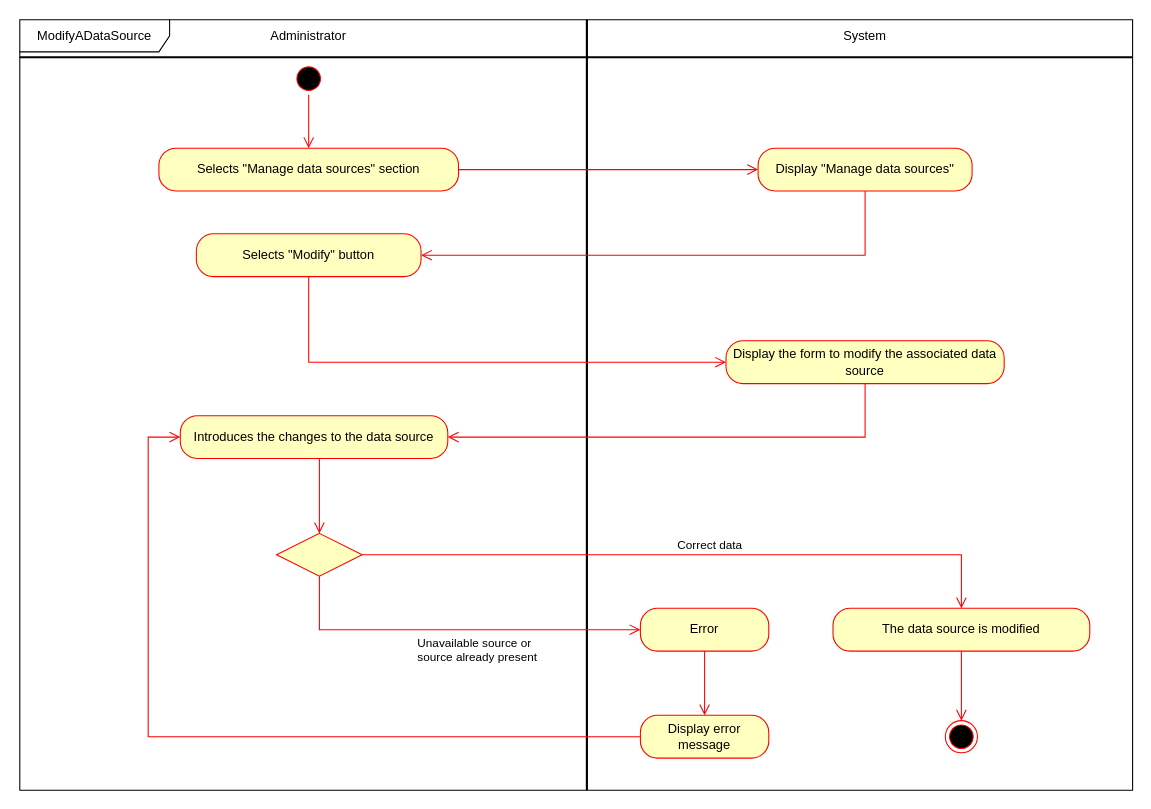
Earlier version of the draw.io diagram page "ModifyADataSource" (4 of 4) of Administrator.drawio (matteovisotto/SE2-CecchettoSirianiVisotto). Source tidied: cells renumbered, new cells numbered last; positions are measured from the earlier drawing's top-left corner, leaving out a move shared by most shapes. Both pictures are drawn from the tidied source at 107%, with x=0, y=0 at pixel (19, 19).
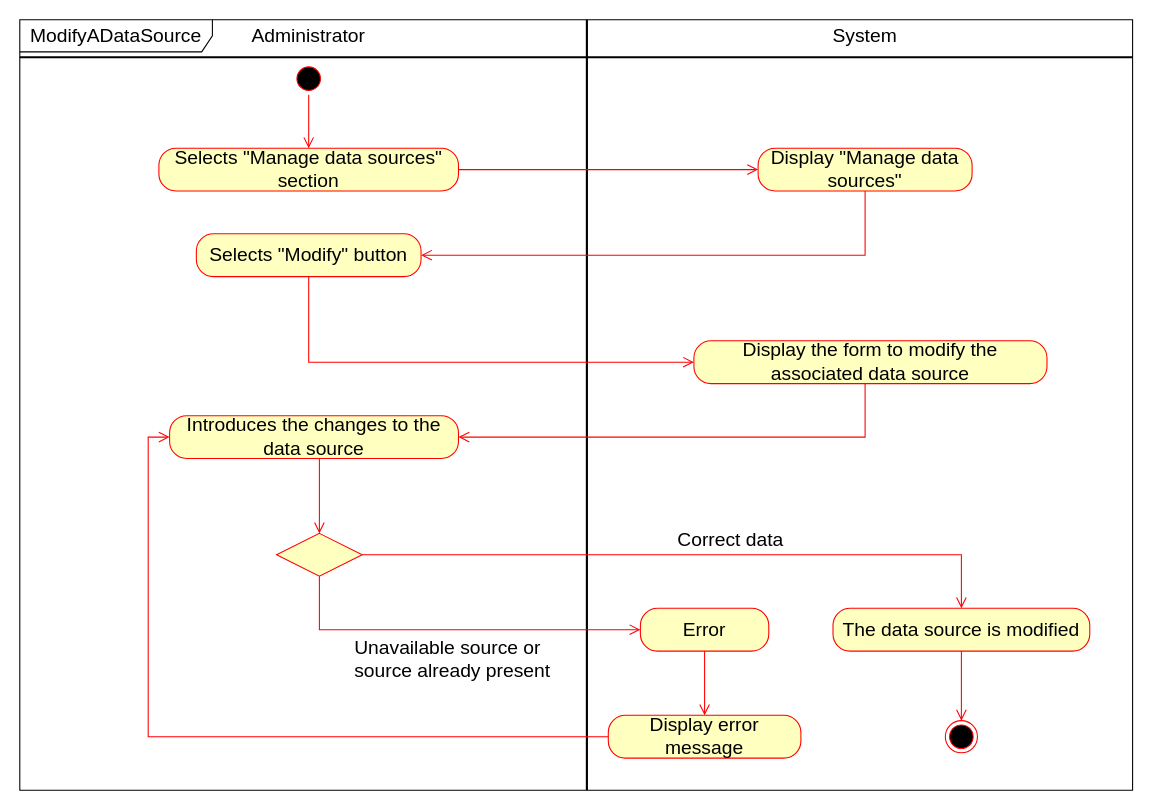
Above is the later version.

Unchanged cells that the change refers to:
```xml
<mxCell id="18" style="rhombus;whiteSpace=wrap;html=1;fillColor=#ffffc0;strokeColor=#ff0000;" parent="1" vertex="1">
  <mxGeometry x="240" y="480" width="80" height="40" as="geometry" />
</mxCell>
```

Diff of the diagram source:
```diff
@@
-    <mxCell id="2" value="ModifyADataSource" style="shape=umlFrame;whiteSpace=wrap;html=1;width=140;height=30;" parent="1" vertex="1">
+    <mxCell id="2" value="&lt;font style=&quot;font-size: 18px&quot;&gt;ModifyADataSource&lt;/font&gt;" style="shape=umlFrame;whiteSpace=wrap;html=1;width=180;height=30;" parent="1" vertex="1">
       <mxGeometry width="1040" height="720" as="geometry" />
     </mxCell>
@@
-    <mxCell id="6" value="Introduces the changes to the data source" style="rounded=1;whiteSpace=wrap;html=1;arcSize=40;fontColor=#000000;fillColor=#ffffc0;strokeColor=#ff0000;" parent="1" vertex="1">
-      <mxGeometry x="150" y="370" width="250" height="40" as="geometry" />
+    <mxCell id="6" value="&lt;font style=&quot;font-size: 18px&quot;&gt;Introduces the changes to the data source&lt;/font&gt;" style="rounded=1;whiteSpace=wrap;html=1;arcSize=40;fontColor=#000000;fillColor=#ffffc0;strokeColor=#ff0000;" parent="1" vertex="1">
+      <mxGeometry x="140" y="370" width="270" height="40" as="geometry" />
     </mxCell>
@@
-    <mxCell id="10" value="Administrator" style="text;html=1;strokeColor=none;fillColor=none;align=center;verticalAlign=middle;whiteSpace=wrap;rounded=0;" parent="1" vertex="1">
+    <mxCell id="10" value="&lt;font style=&quot;font-size: 18px&quot;&gt;Administrator&lt;/font&gt;" style="text;html=1;strokeColor=none;fillColor=none;align=center;verticalAlign=middle;whiteSpace=wrap;rounded=0;" parent="1" vertex="1">
       <mxGeometry x="215" width="110" height="30" as="geometry" />
     </mxCell>
-    <mxCell id="11" value="System" style="text;html=1;strokeColor=none;fillColor=none;align=center;verticalAlign=middle;whiteSpace=wrap;rounded=0;" parent="1" vertex="1">
+    <mxCell id="11" value="&lt;font style=&quot;font-size: 18px&quot;&gt;System&lt;/font&gt;" style="text;html=1;strokeColor=none;fillColor=none;align=center;verticalAlign=middle;whiteSpace=wrap;rounded=0;" parent="1" vertex="1">
       <mxGeometry x="760" width="60" height="30" as="geometry" />
     </mxCell>
-    <mxCell id="12" value="Selects &quot;Manage data sources&quot; section" style="rounded=1;whiteSpace=wrap;html=1;arcSize=40;fontColor=#000000;fillColor=#ffffc0;strokeColor=#ff0000;" parent="1" vertex="1">
+    <mxCell id="12" value="&lt;font style=&quot;font-size: 18px&quot;&gt;Selects &quot;Manage data sources&quot; section&lt;/font&gt;" style="rounded=1;whiteSpace=wrap;html=1;arcSize=40;fontColor=#000000;fillColor=#ffffc0;strokeColor=#ff0000;" parent="1" vertex="1">
       <mxGeometry x="130" y="120" width="280" height="40" as="geometry" />
     </mxCell>
@@
-    <mxCell id="14" value="Display &quot;Manage data sources&quot;" style="rounded=1;whiteSpace=wrap;html=1;arcSize=40;fontColor=#000000;fillColor=#ffffc0;strokeColor=#ff0000;" parent="1" vertex="1">
+    <mxCell id="14" value="&lt;font style=&quot;font-size: 18px&quot;&gt;Display &quot;Manage data sources&quot;&lt;/font&gt;" style="rounded=1;whiteSpace=wrap;html=1;arcSize=40;fontColor=#000000;fillColor=#ffffc0;strokeColor=#ff0000;" parent="1" vertex="1">
       <mxGeometry x="690" y="120" width="200" height="40" as="geometry" />
     </mxCell>
@@
-    <mxCell id="16" value="The data source is modified" style="rounded=1;whiteSpace=wrap;html=1;arcSize=40;fontColor=#000000;fillColor=#ffffc0;strokeColor=#ff0000;" parent="1" vertex="1">
+    <mxCell id="16" value="&lt;font style=&quot;font-size: 18px&quot;&gt;The data source is modified&lt;/font&gt;" style="rounded=1;whiteSpace=wrap;html=1;arcSize=40;fontColor=#000000;fillColor=#ffffc0;strokeColor=#ff0000;" parent="1" vertex="1">
       <mxGeometry x="760" y="550" width="240" height="40" as="geometry" />
     </mxCell>
@@
-    <mxCell id="19" value="Correct data" style="edgeStyle=orthogonalEdgeStyle;html=1;align=left;verticalAlign=bottom;endArrow=open;endSize=8;strokeColor=#ff0000;rounded=0;" parent="1" edge="1" source="18" target="16">
+    <mxCell id="19" value="&lt;font style=&quot;font-size: 18px&quot;&gt;Correct data&lt;/font&gt;" style="edgeStyle=orthogonalEdgeStyle;html=1;align=left;verticalAlign=bottom;endArrow=open;endSize=8;strokeColor=#ff0000;rounded=0;" parent="1" edge="1" source="18" target="16">
       <mxGeometry x="-0.04" relative="1" as="geometry" />
     </mxCell>
-    <mxCell id="20" value="Unavailable source or&lt;br&gt;source already present" style="edgeStyle=orthogonalEdgeStyle;html=1;align=left;verticalAlign=top;endArrow=open;endSize=8;strokeColor=#ff0000;rounded=0;" parent="1" edge="1" source="18" target="21">
-      <mxGeometry x="-0.2" relative="1" as="geometry">
+    <mxCell id="20" value="&lt;font style=&quot;font-size: 18px&quot;&gt;Unavailable source or&lt;br&gt;source already present&lt;/font&gt;" style="edgeStyle=orthogonalEdgeStyle;html=1;align=left;verticalAlign=top;endArrow=open;endSize=8;strokeColor=#ff0000;rounded=0;" parent="1" edge="1" source="18" target="21">
+      <mxGeometry x="-0.54" relative="1" as="geometry">
         <Array as="points">
           <mxPoint x="280" y="570" />
         </Array>
       </mxGeometry>
     </mxCell>
-    <mxCell id="21" value="Error" style="rounded=1;whiteSpace=wrap;html=1;arcSize=40;fontColor=#000000;fillColor=#ffffc0;strokeColor=#ff0000;" parent="1" vertex="1">
+    <mxCell id="21" value="&lt;font style=&quot;font-size: 18px&quot;&gt;Error&lt;/font&gt;" style="rounded=1;whiteSpace=wrap;html=1;arcSize=40;fontColor=#000000;fillColor=#ffffc0;strokeColor=#ff0000;" parent="1" vertex="1">
       <mxGeometry x="580" y="550" width="120" height="40" as="geometry" />
     </mxCell>
@@
-    <mxCell id="23" value="Display error message" style="rounded=1;whiteSpace=wrap;html=1;arcSize=40;fontColor=#000000;fillColor=#ffffc0;strokeColor=#ff0000;" parent="1" vertex="1">
-      <mxGeometry x="580" y="650" width="120" height="40" as="geometry" />
+    <mxCell id="23" value="&lt;font style=&quot;font-size: 18px&quot;&gt;Display error message&lt;/font&gt;" style="rounded=1;whiteSpace=wrap;html=1;arcSize=40;fontColor=#000000;fillColor=#ffffc0;strokeColor=#ff0000;" parent="1" vertex="1">
+      <mxGeometry x="550" y="650" width="180" height="40" as="geometry" />
     </mxCell>
@@
-    <mxCell id="25" value="Selects &quot;Modify&quot; button" style="rounded=1;whiteSpace=wrap;html=1;arcSize=40;fontColor=#000000;fillColor=#ffffc0;strokeColor=#ff0000;" parent="1" vertex="1">
+    <mxCell id="25" value="&lt;font style=&quot;font-size: 18px&quot;&gt;Selects &quot;Modify&quot; button&lt;/font&gt;" style="rounded=1;whiteSpace=wrap;html=1;arcSize=40;fontColor=#000000;fillColor=#ffffc0;strokeColor=#ff0000;" parent="1" vertex="1">
       <mxGeometry x="165" y="200" width="210" height="40" as="geometry" />
     </mxCell>
@@
-    <mxCell id="27" value="Display the form to modify the associated data source" style="rounded=1;whiteSpace=wrap;html=1;arcSize=40;fontColor=#000000;fillColor=#ffffc0;strokeColor=#ff0000;" parent="1" vertex="1">
-      <mxGeometry x="660" y="300" width="260" height="40" as="geometry" />
+    <mxCell id="27" value="&lt;font style=&quot;font-size: 18px&quot;&gt;Display the form to modify the associated data source&lt;/font&gt;" style="rounded=1;whiteSpace=wrap;html=1;arcSize=40;fontColor=#000000;fillColor=#ffffc0;strokeColor=#ff0000;" parent="1" vertex="1">
+      <mxGeometry x="630" y="300" width="330" height="40" as="geometry" />
     </mxCell>
```
